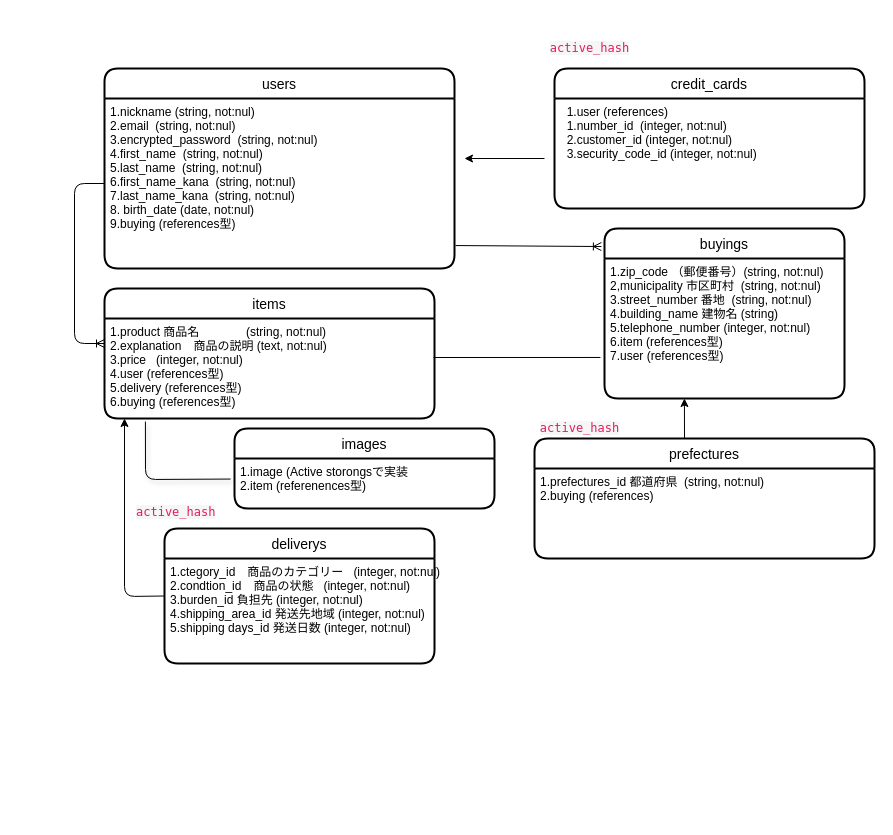
Before: ER図.dio in tomotim/furima-32652, a draw.io diagram. Source tidied: cells renumbered, new cells numbered last; positions are measured from the earlier drawing's top-left corner, leaving out a move shared by most shapes. Both pictures are drawn from the tidied source at 100%, with x=0, y=0 at pixel (74, 38).
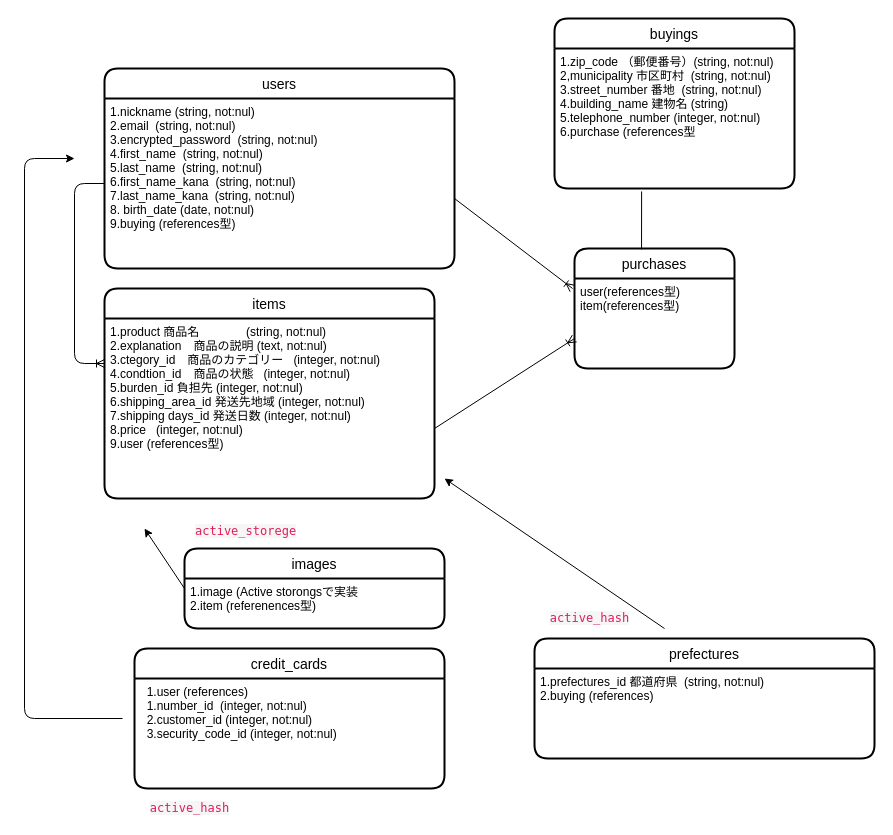
The same page after the edit.

Unchanged cells that the change refers to:
```xml
<mxCell id="3" value="1.nickname (string, not:nul)&#10;2.email  (string, not:nul)&#10;3.encrypted_password  (string, not:nul)&#10;4.first_name  (string, not:nul)&#10;5.last_name  (string, not:nul)&#10;6.first_name_kana  (string, not:nul)&#10;7.last_name_kana  (string, not:nul)&#10;8. birth_date (date, not:nul)&#10;9.buying (references型) &#10;" style="align=left;strokeColor=none;fillColor=none;spacingLeft=4;fontSize=12;verticalAlign=top;" parent="2" vertex="1">
  <mxGeometry y="30" width="350" height="170" as="geometry" />
</mxCell>
<mxCell id="10" style="swimlane;horizontal=1;startSize=30;rounded=1;fontSize=14;fontStyle=0;strokeWidth=2;shadow=0;dashed=0;align=center;" parent="8" vertex="1">
  <mxGeometry y="170" width="240" as="geometry" />
</mxCell>
<mxCell id="12" value="1.image (Active storongsで実装&#10;2.item (referenences型)" style="align=left;strokeColor=none;fillColor=none;spacingLeft=4;fontSize=12;verticalAlign=top;" parent="11" vertex="1">
  <mxGeometry y="30" width="260" height="50" as="geometry" />
</mxCell>
```

The edit, as a diff of the source:
```diff
@@
     <mxCell id="4" value="credit_cards" style="swimlane;horizontal=1;startSize=30;rounded=1;fontSize=14;fontStyle=0;strokeWidth=2;shadow=0;dashed=0;align=center;" parent="1" vertex="1">
-      <mxGeometry x="480" y="30" width="310" height="140" as="geometry" />
+      <mxGeometry x="60" y="610" width="310" height="140" as="geometry" />
     </mxCell>
@@
     <mxCell id="6" value="items" style="swimlane;horizontal=1;startSize=30;rounded=1;fontSize=14;fontStyle=0;strokeWidth=2;shadow=0;dashed=0;align=center;" parent="1" vertex="1">
-      <mxGeometry x="30" y="250" width="330" height="130" as="geometry" />
+      <mxGeometry x="30" y="250" width="330" height="210" as="geometry" />
     </mxCell>
-    <mxCell id="7" value="1.product 商品名              (string, not:nul)&#10;2.explanation　商品の説明 (text, not:nul)&#10;3.price   (integer, not:nul) &#10;4.user (references型)&#10;5.delivery (references型)&#10;6.buying (references型) &#10;" style="align=left;strokeColor=none;fillColor=none;spacingLeft=4;fontSize=12;verticalAlign=top;" parent="6" vertex="1">
-      <mxGeometry y="30" width="330" height="100" as="geometry" />
+    <mxCell id="7" value="1.product 商品名              (string, not:nul)&#10;2.explanation　商品の説明 (text, not:nul)&#10;3.ctegory_id　商品のカテゴリー   (integer, not:nul)&#10;4.condtion_id　商品の状態   (integer, not:nul)&#10;5.burden_id 負担先 (integer, not:nul)&#10;6.shipping_area_id 発送先地域 (integer, not:nul)&#10;7.shipping days_id 発送日数 (integer, not:nul)&#10;8.price   (integer, not:nul) &#10;9.user (references型)&#10;" style="align=left;strokeColor=none;fillColor=none;spacingLeft=4;fontSize=12;verticalAlign=top;" parent="6" vertex="1">
+      <mxGeometry y="30" width="330" height="180" as="geometry" />
     </mxCell>
     <mxCell id="8" value="buyings" style="swimlane;horizontal=1;startSize=30;rounded=1;fontSize=14;fontStyle=0;strokeWidth=2;shadow=0;dashed=0;align=center;" parent="1" vertex="1">
-      <mxGeometry x="530" y="190" width="240" height="170" as="geometry" />
+      <mxGeometry x="480" y="-20" width="240" height="170" as="geometry" />
     </mxCell>
-    <mxCell id="9" value="1.zip_code （郵便番号）(string, not:nul)&#10;2,municipality 市区町村  (string, not:nul)&#10;3.street_number 番地  (string, not:nul)&#10;4.building_name 建物名 (string)&#10;5.telephone_number (integer, not:nul)&#10;6.item (references型)&#10;7.user (references型)" style="align=left;strokeColor=none;fillColor=none;spacingLeft=4;fontSize=12;verticalAlign=top;" parent="8" vertex="1">
+    <mxCell id="9" value="1.zip_code （郵便番号）(string, not:nul)&#10;2,municipality 市区町村  (string, not:nul)&#10;3.street_number 番地  (string, not:nul)&#10;4.building_name 建物名 (string)&#10;5.telephone_number (integer, not:nul)&#10;6.purchase (references型" style="align=left;strokeColor=none;fillColor=none;spacingLeft=4;fontSize=12;verticalAlign=top;" parent="8" vertex="1">
       <mxGeometry y="30" width="240" height="140" as="geometry" />
     </mxCell>
@@
     <mxCell id="11" value="images" style="swimlane;horizontal=1;startSize=30;rounded=1;fontSize=14;fontStyle=0;strokeWidth=2;shadow=0;dashed=0;align=center;" parent="1" vertex="1">
-      <mxGeometry x="160" y="390" width="260" height="80" as="geometry" />
+      <mxGeometry x="110" y="510" width="260" height="80" as="geometry" />
     </mxCell>
@@
-    <mxCell id="13" style="endArrow=none;html=1;shadow=1;exitX=-0.015;exitY=0.411;exitDx=0;exitDy=0;exitPerimeter=0;entryX=0.124;entryY=1.031;entryDx=0;entryDy=0;entryPerimeter=0;" parent="1" edge="1" source="12" target="7">
-      <mxGeometry relative="1" as="geometry">
-        <Array as="points">
-          <mxPoint x="71" y="441" />
-        </Array>
-      </mxGeometry>
-    </mxCell>
     <mxCell id="14" style="fontSize=12;html=1;endArrow=ERoneToMany;exitX=0;exitY=0.5;exitDx=0;exitDy=0;entryX=0;entryY=0.25;entryDx=0;entryDy=0;" parent="1" edge="1" source="3" target="7">
       <mxGeometry relative="1" as="geometry">
         <Array as="points">
           <mxPoint y="145" />
-          <mxPoint y="305" />
+          <mxPoint y="325" />
         </Array>
       </mxGeometry>
     </mxCell>
-    <mxCell id="15" style="endArrow=none;html=1;rounded=0;exitX=0.997;exitY=0.39;exitDx=0;exitDy=0;entryX=-0.017;entryY=0.707;entryDx=0;entryDy=0;entryPerimeter=0;exitPerimeter=0;" parent="1" edge="1" source="7" target="9">
-      <mxGeometry relative="1" as="geometry" />
-    </mxCell>
-    <mxCell id="16" style="fontSize=12;html=1;endArrow=ERoneToMany;exitX=1.003;exitY=0.865;exitDx=0;exitDy=0;entryX=-0.013;entryY=0.106;entryDx=0;entryDy=0;entryPerimeter=0;exitPerimeter=0;" parent="1" edge="1" source="3" target="8">
-      <mxGeometry relative="1" as="geometry" />
-    </mxCell>
-    <mxCell id="17" value="deliverys" style="swimlane;horizontal=1;startSize=30;rounded=1;fontSize=14;fontStyle=0;strokeWidth=2;shadow=0;dashed=0;align=center;" parent="1" vertex="1">
-      <mxGeometry x="90" y="490" width="270" height="135" as="geometry" />
-    </mxCell>
-    <mxCell id="18" value="1.ctegory_id　商品のカテゴリー   (integer, not:nul)&#10;2.condtion_id　商品の状態   (integer, not:nul)&#10;3.burden_id 負担先 (integer, not:nul)&#10;4.shipping_area_id 発送先地域 (integer, not:nul)&#10;5.shipping days_id 発送日数 (integer, not:nul)" style="align=left;strokeColor=none;fillColor=none;spacingLeft=4;fontSize=12;verticalAlign=top;" parent="17" vertex="1">
-      <mxGeometry y="30" width="270" height="105" as="geometry" />
-    </mxCell>
-    <mxCell id="19" style="endArrow=classic;html=1;" parent="1" edge="1">
-      <mxGeometry relative="1" as="geometry">
-        <mxPoint x="470" y="120" as="sourcePoint" />
-        <mxPoint x="390" y="120" as="targetPoint" />
-      </mxGeometry>
-    </mxCell>
-    <mxCell id="20" value="&lt;span style=&quot;color: rgb(224 , 30 , 90) ; font-family: &amp;#34;monaco&amp;#34; , &amp;#34;menlo&amp;#34; , &amp;#34;consolas&amp;#34; , &amp;#34;courier new&amp;#34; , monospace ; background-color: rgba(29 , 28 , 29 , 0.04)&quot;&gt;active_hash&lt;/span&gt;" style="text;html=1;align=center;verticalAlign=middle;" parent="1" vertex="1">
-      <mxGeometry x="470" width="90" height="20" as="geometry" />
-    </mxCell>
-    <mxCell id="21" value="&lt;span style=&quot;color: rgb(224, 30, 90); font-family: monaco, menlo, consolas, &amp;quot;courier new&amp;quot;, monospace; font-size: 12px; font-style: normal; font-weight: 400; letter-spacing: normal; text-align: center; text-indent: 0px; text-transform: none; word-spacing: 0px; background-color: rgba(29, 28, 29, 0.04); display: inline; float: none;&quot;&gt;active_hash&lt;/span&gt;" style="text;whiteSpace=wrap;html=1;" parent="1" vertex="1">
-      <mxGeometry x="60" y="460" width="10" height="110" as="geometry" />
-    </mxCell>
-    <mxCell id="22" style="endArrow=classic;html=1;exitX=0;exitY=0.5;exitDx=0;exitDy=0;" parent="1" edge="1" source="17">
-      <mxGeometry relative="1" as="geometry">
-        <mxPoint x="50" y="380" as="targetPoint" />
-        <Array as="points">
-          <mxPoint x="50" y="558" />
-        </Array>
-      </mxGeometry>
-    </mxCell>
     <mxCell id="23" value="prefectures" style="swimlane;horizontal=1;startSize=30;rounded=1;fontSize=14;fontStyle=0;strokeWidth=2;shadow=0;dashed=0;align=center;" parent="1" vertex="1">
-      <mxGeometry x="460" y="400" width="340" height="120" as="geometry" />
+      <mxGeometry x="460" y="600" width="340" height="120" as="geometry" />
     </mxCell>
@@
-    <mxCell id="25" style="endArrow=classic;html=1;entryX=0.333;entryY=0;entryDx=0;entryDy=0;entryPerimeter=0;" parent="1" edge="1" target="10">
-      <mxGeometry relative="1" as="geometry">
-        <mxPoint x="610" y="400" as="sourcePoint" />
-      </mxGeometry>
-    </mxCell>
     <mxCell id="26" value="&lt;span style=&quot;color: rgb(224 , 30 , 90) ; font-family: &amp;#34;monaco&amp;#34; , &amp;#34;menlo&amp;#34; , &amp;#34;consolas&amp;#34; , &amp;#34;courier new&amp;#34; , monospace ; background-color: rgba(29 , 28 , 29 , 0.04)&quot;&gt;active_hash&lt;/span&gt;" style="text;html=1;align=center;verticalAlign=middle;" parent="1" vertex="1">
-      <mxGeometry x="460" y="380" width="90" height="20" as="geometry" />
+      <mxGeometry x="470" y="570" width="90" height="20" as="geometry" />
     </mxCell>
+    <mxCell id="27" value="&lt;span style=&quot;color: rgb(224 , 30 , 90) ; font-family: &amp;#34;monaco&amp;#34; , &amp;#34;menlo&amp;#34; , &amp;#34;consolas&amp;#34; , &amp;#34;courier new&amp;#34; , monospace ; font-size: 12px ; font-style: normal ; font-weight: 400 ; letter-spacing: normal ; text-align: center ; text-indent: 0px ; text-transform: none ; word-spacing: 0px ; background-color: rgba(29 , 28 , 29 , 0.04) ; display: inline ; float: none&quot;&gt;active_storege&lt;br&gt;&lt;br&gt;&lt;/span&gt;" style="text;whiteSpace=wrap;html=1;" parent="1" vertex="1">
+      <mxGeometry x="119" y="479" width="100" height="30" as="geometry" />
+    </mxCell>
+    <mxCell id="28" style="endArrow=classic;html=1;exitX=0;exitY=0.5;exitDx=0;exitDy=0;" parent="1" edge="1" source="11">
+      <mxGeometry relative="1" as="geometry">
+        <mxPoint x="70" y="490" as="targetPoint" />
+      </mxGeometry>
+    </mxCell>
+    <mxCell id="29" value="purchases" style="swimlane;horizontal=1;startSize=30;rounded=1;fontSize=14;fontStyle=0;strokeWidth=2;shadow=0;dashed=0;align=center;" parent="1" vertex="1">
+      <mxGeometry x="500" y="210" width="160" height="120" as="geometry" />
+    </mxCell>
+    <mxCell id="30" value="user(references型) &#10;item(references型) " style="align=left;strokeColor=none;fillColor=none;spacingLeft=4;fontSize=12;verticalAlign=top;" parent="29" vertex="1">
+      <mxGeometry y="30" width="160" height="90" as="geometry" />
+    </mxCell>
+    <mxCell id="31" style="fontSize=12;html=1;endArrow=ERoneToMany;entryX=0;entryY=0.75;entryDx=0;entryDy=0;" parent="1" edge="1" target="29">
+      <mxGeometry relative="1" as="geometry">
+        <mxPoint x="360" y="390" as="sourcePoint" />
+      </mxGeometry>
+    </mxCell>
+    <mxCell id="32" style="fontSize=12;html=1;endArrow=ERoneToMany;entryX=-0.012;entryY=0.111;entryDx=0;entryDy=0;entryPerimeter=0;" parent="1" edge="1" target="30">
+      <mxGeometry relative="1" as="geometry">
+        <mxPoint x="380" y="160" as="sourcePoint" />
+      </mxGeometry>
+    </mxCell>
+    <mxCell id="33" style="endArrow=none;html=1;rounded=0;exitX=0.363;exitY=1.021;exitDx=0;exitDy=0;exitPerimeter=0;entryX=0.419;entryY=0.008;entryDx=0;entryDy=0;entryPerimeter=0;" parent="1" edge="1" source="9" target="29">
+      <mxGeometry relative="1" as="geometry" />
+    </mxCell>
+    <mxCell id="34" style="endArrow=classic;html=1;" parent="1" edge="1">
+      <mxGeometry relative="1" as="geometry">
+        <mxPoint x="590" y="590" as="sourcePoint" />
+        <mxPoint x="370" y="440" as="targetPoint" />
+      </mxGeometry>
+    </mxCell>
+    <mxCell id="20" value="&lt;span style=&quot;color: rgb(224 , 30 , 90) ; font-family: &amp;#34;monaco&amp;#34; , &amp;#34;menlo&amp;#34; , &amp;#34;consolas&amp;#34; , &amp;#34;courier new&amp;#34; , monospace ; background-color: rgba(29 , 28 , 29 , 0.04)&quot;&gt;active_hash&lt;/span&gt;" style="text;html=1;align=center;verticalAlign=middle;" parent="1" vertex="1">
+      <mxGeometry x="-40" y="760" width="310" height="20" as="geometry" />
+    </mxCell>
+    <mxCell id="35" style="endArrow=classic;html=1;" parent="1" edge="1">
+      <mxGeometry relative="1" as="geometry">
+        <mxPoint x="48" y="680" as="sourcePoint" />
+        <mxPoint y="120" as="targetPoint" />
+        <Array as="points">
+          <mxPoint x="-50" y="680" />
+          <mxPoint x="-50" y="120" />
+        </Array>
+      </mxGeometry>
+    </mxCell>
```
